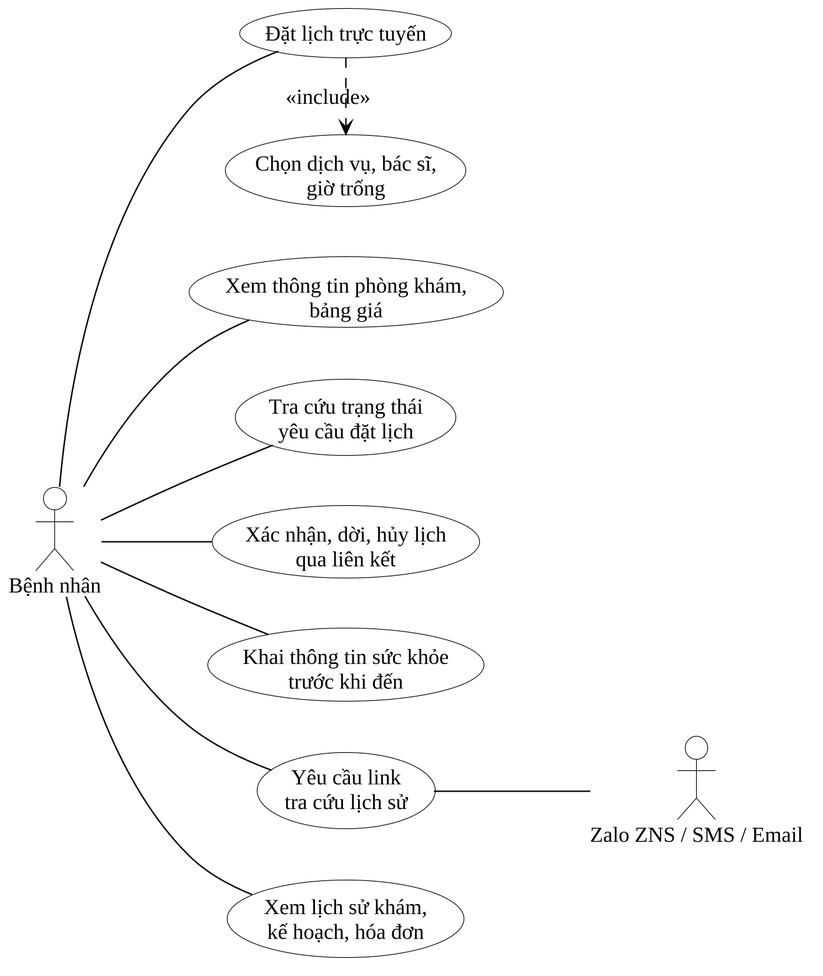
Earlier version of the PlantUML export docs/10_Thesis/bao-cao/hinh/2-6-use-case-benh-nhan.png (Trantuan0310/dental-clinic-nestjs-react).
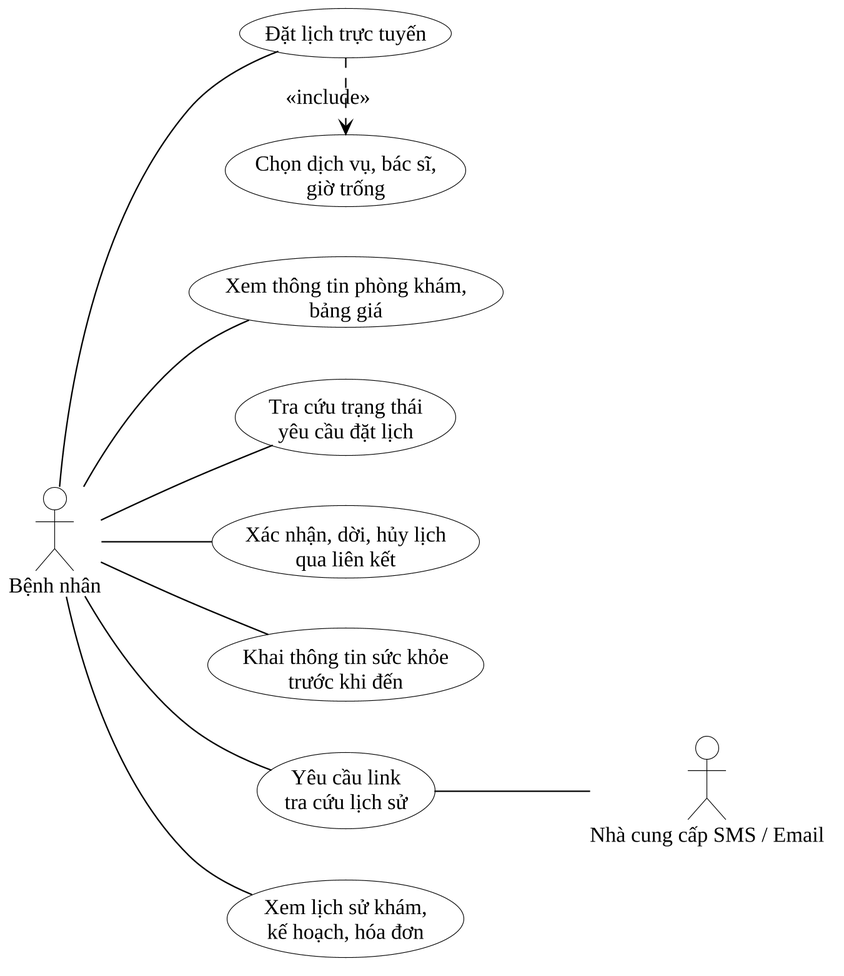
After the commit.

The edit, as a diff of the source:
```diff
@@ -2,7 +2,7 @@
 !include _kieu.iuml
 left to right direction
 actor "Bệnh nhân" as BN
-actor "Zalo ZNS / SMS / Email" as MS
+actor "Nhà cung cấp SMS / Email" as MS
 usecase "Xem thông tin phòng khám,\nbảng giá" as a
 usecase "Đặt lịch trực tuyến" as b
 usecase "Chọn dịch vụ, bác sĩ,\ngiờ trống" as b2
```
